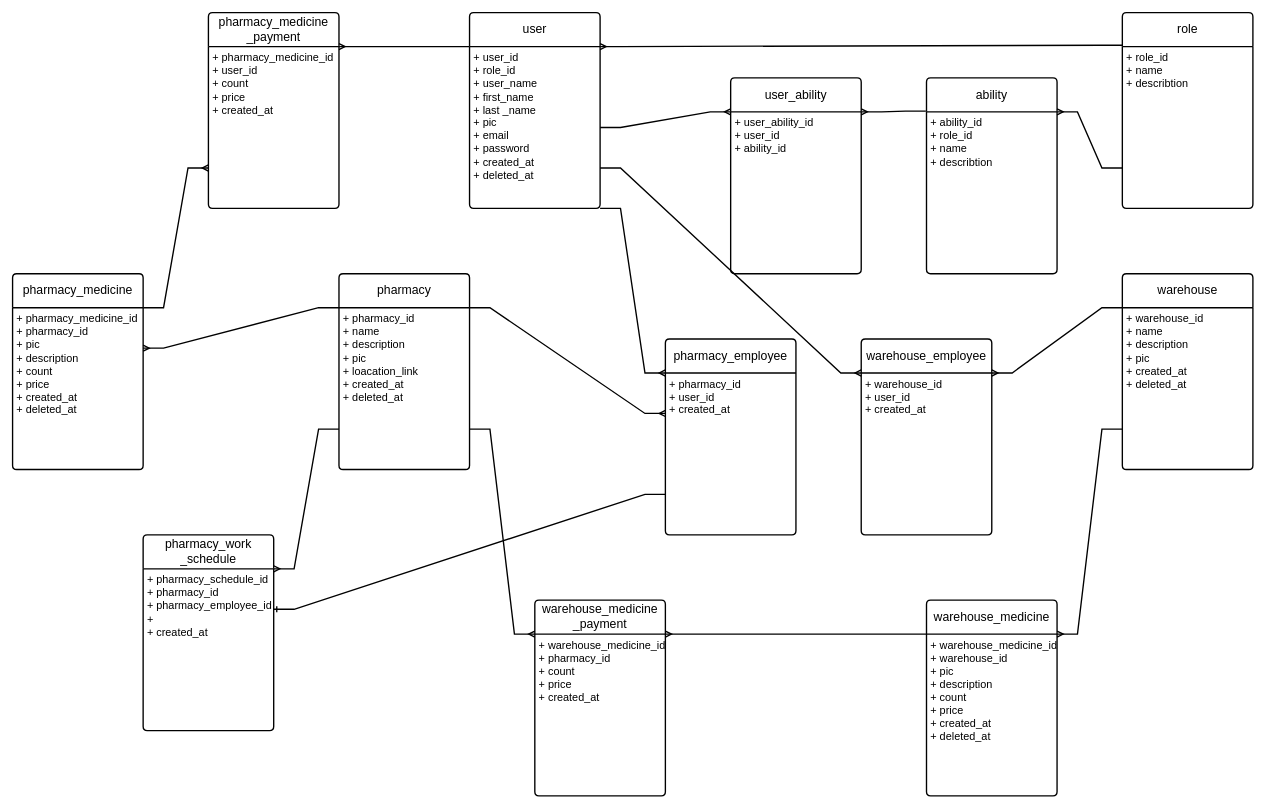
Earlier version of the draw.io diagram extra/pharmacy-management-system.model.drawio (khaled-al-hamwie/pharmacy-management-system-back-v1). Source tidied: cells renumbered, new cells numbered last; positions are measured from the earlier drawing's top-left corner, leaving out a move shared by most shapes. Both pictures are drawn from the tidied source at 68%, with x=0, y=0 at pixel (12, 12).
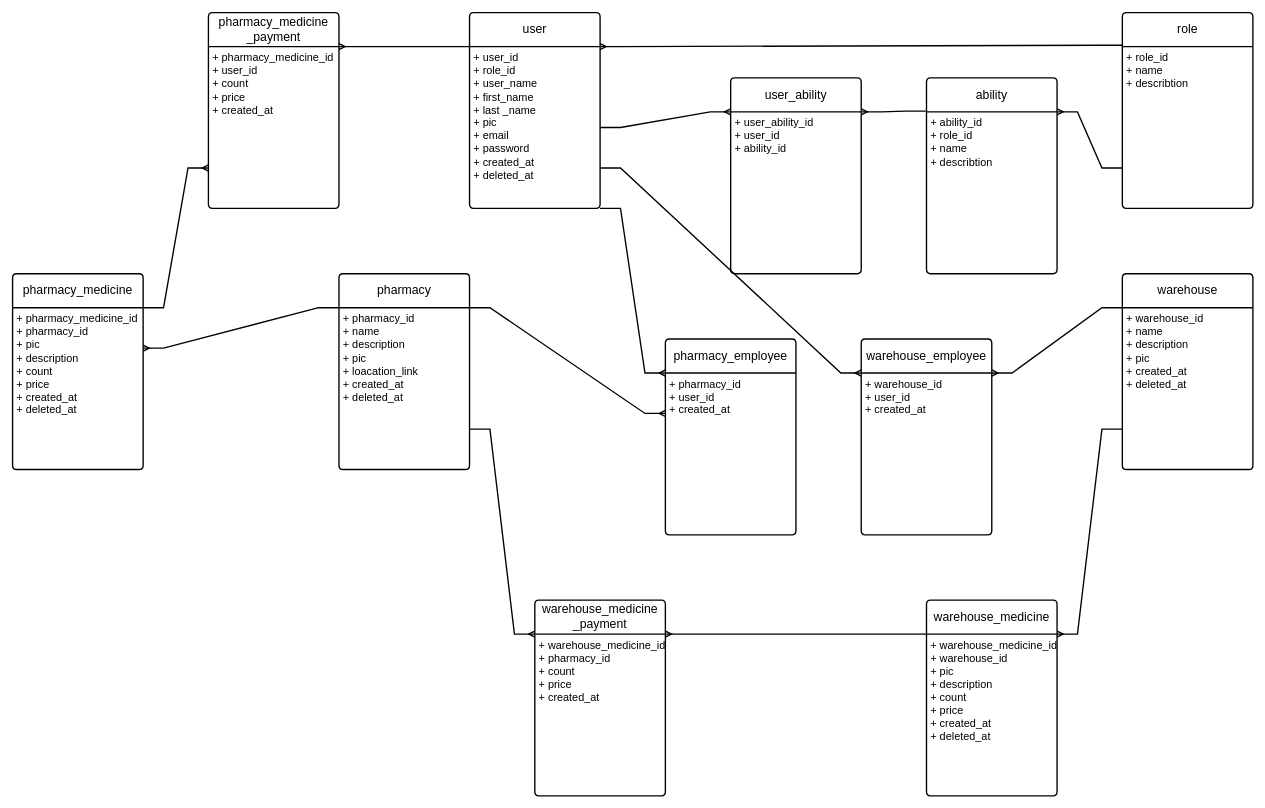
The same diagram, later.

Commit message:
database model removing the unused table

The change refers to these unchanged cells:
```xml
<mxCell id="14" value="&lt;font style=&quot;font-size: 16px;&quot;&gt;+ pharmacy_id&lt;br&gt;+ name&lt;br&gt;+ description&amp;nbsp;&lt;br&gt;+ pic&lt;br&gt;+ loacation_link&lt;br&gt;+ created_at&lt;br&gt;+ deleted_at&lt;br&gt;&lt;/font&gt;" style="align=left;strokeColor=none;fillColor=none;spacingLeft=4;fontSize=12;verticalAlign=top;html=1;" parent="13" vertex="1">
  <mxGeometry y="50" width="192" height="238" as="geometry" />
</mxCell>
<mxCell id="17" value="&lt;font style=&quot;font-size: 16px;&quot;&gt;+ pharmacy_id&lt;br&gt;+ user_id&lt;br&gt;+ created_at&lt;br&gt;&lt;/font&gt;" style="align=left;strokeColor=none;fillColor=none;spacingLeft=4;fontSize=12;verticalAlign=top;html=1;" parent="16" vertex="1">
  <mxGeometry y="50" width="192" height="238" as="geometry" />
</mxCell>
```

What changed in the source:
```diff
@@
-    <mxCell id="39" value="&lt;span style=&quot;font-size: 18px;&quot;&gt;pharmacy_work&lt;br&gt;_schedule&lt;/span&gt;" style="swimlane;horizontal=1;startSize=50;rounded=1;fontSize=14;fontStyle=0;strokeWidth=2;shadow=0;dashed=0;align=center;arcSize=4;whiteSpace=wrap;html=1;" parent="1" vertex="1">
-      <mxGeometry x="192" y="768" width="192" height="288" as="geometry" />
-    </mxCell>
-    <mxCell id="40" value="&lt;font style=&quot;font-size: 16px;&quot;&gt;+ pharmacy_schedule_id&lt;br&gt;+ pharmacy_id&lt;br&gt;+ pharmacy_employee_id&lt;br&gt;+&amp;nbsp;&lt;br&gt;+ created_at&lt;br&gt;&lt;/font&gt;" style="align=left;strokeColor=none;fillColor=none;spacingLeft=4;fontSize=12;verticalAlign=top;html=1;" parent="39" vertex="1">
-      <mxGeometry y="50" width="192" height="238" as="geometry" />
-    </mxCell>
@@
-    <mxCell id="42" style="edgeStyle=entityRelationEdgeStyle;fontSize=12;html=1;endArrow=ERone;endFill=1;rounded=0;exitX=0;exitY=0.75;exitDx=0;exitDy=0;entryX=1;entryY=0.25;entryDx=0;entryDy=0;strokeWidth=2;" parent="1" edge="1" source="17" target="40">
-      <mxGeometry relative="1" as="geometry" />
-    </mxCell>
-    <mxCell id="43" style="edgeStyle=entityRelationEdgeStyle;fontSize=12;html=1;endArrow=ERmany;rounded=0;exitX=0;exitY=0.75;exitDx=0;exitDy=0;entryX=1;entryY=0;entryDx=0;entryDy=0;strokeWidth=2;" parent="1" edge="1" source="14" target="40">
-      <mxGeometry relative="1" as="geometry" />
-    </mxCell>
```
